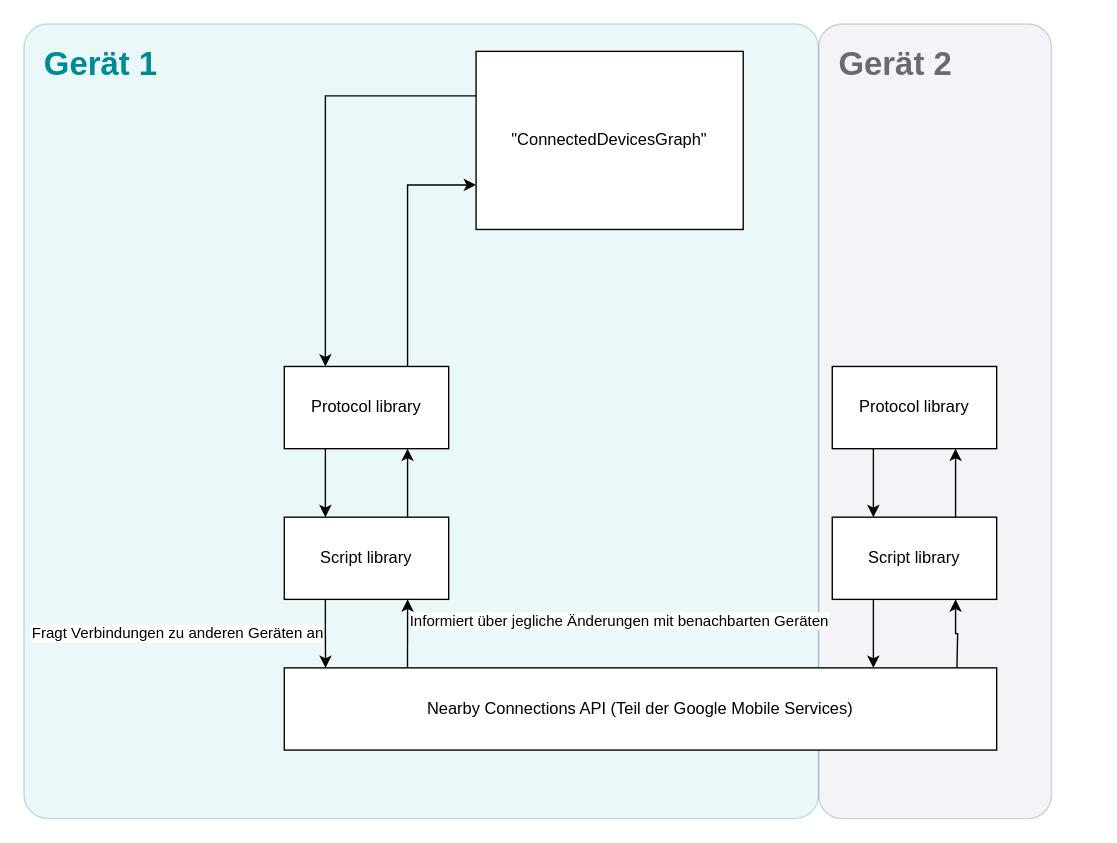
Before: illustrations/network_layers.drawio in Helmer-Developer/nearby_test, a draw.io diagram. Source tidied: cells renumbered, new cells numbered last; positions are measured from the earlier drawing's top-left corner, leaving out a move shared by most shapes. Both pictures are drawn from the tidied source at 137%, with x=0, y=0 at pixel (23, 23).
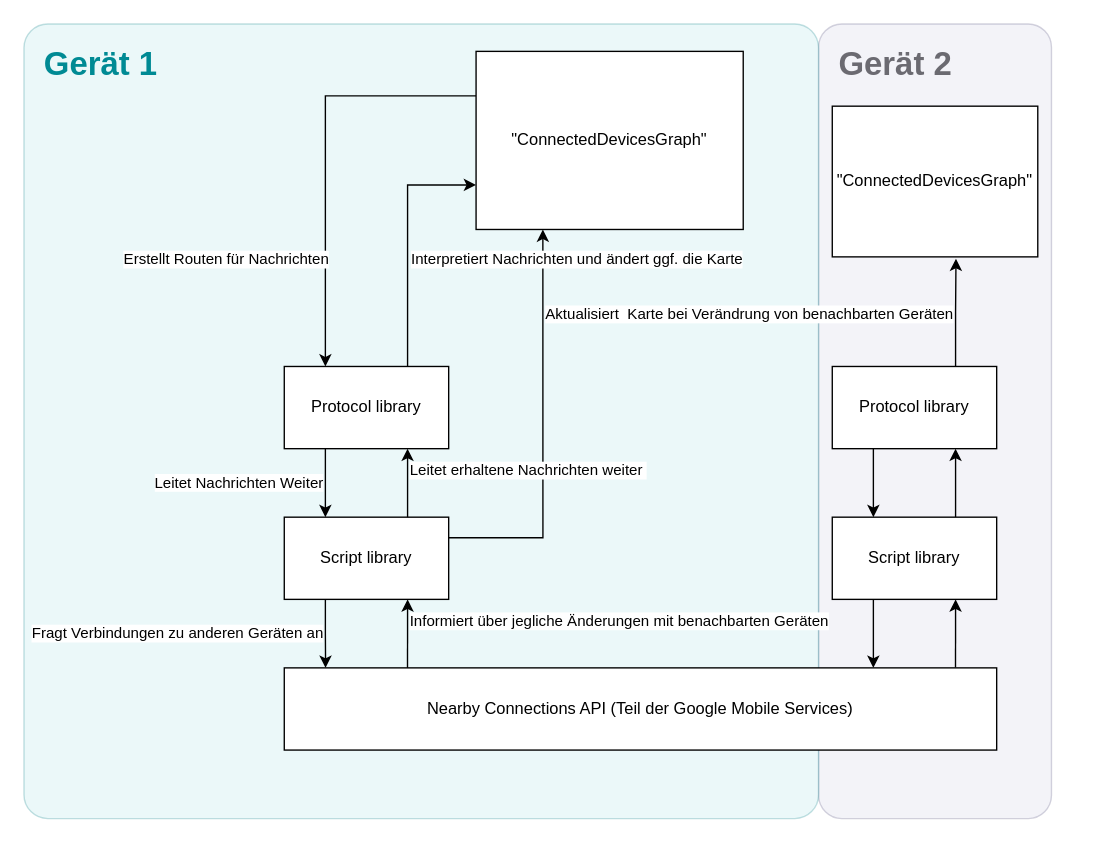
After the change.

Unchanged cells that the change refers to:
```xml
<mxCell id="2" style="rounded=1;whiteSpace=wrap;html=1;fillColor=#d0cee2;opacity=25;strokeColor=#56517e;arcSize=10;" parent="1" vertex="1">
  <mxGeometry x="580" width="170" height="580" as="geometry" />
</mxCell>
<mxCell id="8" value="Script library" style="rounded=0;whiteSpace=wrap;html=1;" parent="1" vertex="1">
  <mxGeometry x="190" y="360" width="120" height="60" as="geometry" />
</mxCell>
<mxCell id="12" value="Script library" style="rounded=0;whiteSpace=wrap;html=1;" parent="1" vertex="1">
  <mxGeometry x="590" y="360" width="120" height="60" as="geometry" />
</mxCell>
<mxCell id="15" value="Protocol library" style="rounded=0;whiteSpace=wrap;html=1;" parent="1" vertex="1">
  <mxGeometry x="190" y="250" width="120" height="60" as="geometry" />
</mxCell>
<mxCell id="17" value="Protocol library" style="rounded=0;whiteSpace=wrap;html=1;" parent="1" vertex="1">
  <mxGeometry x="590" y="250" width="120" height="60" as="geometry" />
</mxCell>
<mxCell id="19" value="&quot;ConnectedDevicesGraph&quot;" style="rounded=0;whiteSpace=wrap;html=1;" parent="1" vertex="1">
  <mxGeometry x="330" y="20" width="195" height="130" as="geometry" />
</mxCell>
```

The edit, as a diff of the source:
```diff
@@
-    <mxCell id="7" style="edgeStyle=orthogonalEdgeStyle;rounded=0;jettySize=auto;html=1;exitX=0.75;exitY=0;exitDx=0;exitDy=0;entryX=0.75;entryY=1;entryDx=0;entryDy=0;" parent="1" edge="1" source="8" target="15">
-      <mxGeometry relative="1" as="geometry" />
-    </mxCell>
@@
-    <mxCell id="10" style="edgeStyle=orthogonalEdgeStyle;rounded=0;jettySize=auto;html=1;exitX=0.75;exitY=1;exitDx=0;exitDy=0;entryX=0.75;entryY=1;entryDx=0;entryDy=0;" parent="1" edge="1" target="12">
-      <mxGeometry relative="1" as="geometry">
-        <mxPoint x="681" y="470" as="sourcePoint" />
-      </mxGeometry>
-    </mxCell>
@@
-    <mxCell id="13" style="edgeStyle=orthogonalEdgeStyle;rounded=0;jettySize=auto;html=1;exitX=0.25;exitY=1;exitDx=0;exitDy=0;entryX=0.25;entryY=0;entryDx=0;entryDy=0;" parent="1" edge="1" source="15" target="8">
+    <mxCell id="13" value="Leitet Nachrichten Weiter" style="edgeStyle=orthogonalEdgeStyle;rounded=0;jettySize=auto;html=1;exitX=0.25;exitY=1;exitDx=0;exitDy=0;entryX=0.25;entryY=0;entryDx=0;entryDy=0;labelPosition=left;verticalLabelPosition=middle;align=right;verticalAlign=middle;" parent="1" edge="1" source="15" target="8">
       <mxGeometry relative="1" as="geometry" />
     </mxCell>
-    <mxCell id="14" style="edgeStyle=orthogonalEdgeStyle;rounded=0;jettySize=auto;html=1;exitX=0.75;exitY=0;exitDx=0;exitDy=0;entryX=0;entryY=0.75;entryDx=0;entryDy=0;" parent="1" edge="1" source="15" target="19">
-      <mxGeometry relative="1" as="geometry" />
-    </mxCell>
@@
+    <mxCell id="22" style="edgeStyle=orthogonalEdgeStyle;rounded=0;jettySize=auto;html=1;exitX=0.75;exitY=0;exitDx=0;exitDy=0;entryX=0.602;entryY=1.012;entryDx=0;entryDy=0;entryPerimeter=0;" parent="1" edge="1" source="17" target="26">
+      <mxGeometry relative="1" as="geometry" />
+    </mxCell>
@@
-    <mxCell id="18" style="edgeStyle=orthogonalEdgeStyle;rounded=0;jettySize=auto;html=1;exitX=0;exitY=0.25;exitDx=0;exitDy=0;entryX=0.25;entryY=0;entryDx=0;entryDy=0;" parent="1" edge="1" source="19" target="15">
+    <mxCell id="18" style="edgeStyle=orthogonalEdgeStyle;rounded=0;jettySize=auto;html=1;exitX=0;exitY=0.25;exitDx=0;exitDy=0;entryX=0.25;entryY=0;entryDx=0;entryDy=0;labelPosition=left;verticalLabelPosition=middle;align=right;verticalAlign=middle;" parent="1" edge="1" source="19" target="15">
       <mxGeometry relative="1" as="geometry" />
     </mxCell>
+    <mxCell id="23" value="Erstellt Routen für Nachrichten" style="edgeLabel;html=1;align=right;verticalAlign=middle;labelPosition=left;verticalLabelPosition=middle;" parent="18" vertex="1">
+      <mxGeometry x="0.49" y="3" relative="1" as="geometry" />
+    </mxCell>
@@
+    <mxCell id="24" value="Aktualisiert&amp;nbsp; Karte bei Verändrung von benachbarten Geräten" style="edgeStyle=orthogonalEdgeStyle;rounded=0;jettySize=auto;html=1;exitX=1;exitY=0.25;exitDx=0;exitDy=0;entryX=0.25;entryY=1;entryDx=0;entryDy=0;labelPosition=right;verticalLabelPosition=top;align=left;verticalAlign=bottom;" parent="1" edge="1" source="8" target="19">
+      <mxGeometry x="0.52" relative="1" as="geometry" />
+    </mxCell>
+    <mxCell id="7" value="Leitet erhaltene Nachrichten weiter&amp;nbsp;" style="edgeStyle=orthogonalEdgeStyle;rounded=0;jettySize=auto;html=1;exitX=0.75;exitY=0;exitDx=0;exitDy=0;entryX=0.75;entryY=1;entryDx=0;entryDy=0;labelPosition=right;verticalLabelPosition=top;align=left;verticalAlign=bottom;" parent="1" edge="1" source="8" target="15">
+      <mxGeometry relative="1" as="geometry" />
+    </mxCell>
+    <mxCell id="14" style="edgeStyle=orthogonalEdgeStyle;rounded=0;jettySize=auto;html=1;exitX=0.75;exitY=0;exitDx=0;exitDy=0;entryX=0;entryY=0.75;entryDx=0;entryDy=0;labelPosition=left;verticalLabelPosition=top;align=right;verticalAlign=bottom;" parent="1" edge="1" source="15" target="19">
+      <mxGeometry relative="1" as="geometry" />
+    </mxCell>
+    <mxCell id="25" value="Interpretiert Nachrichten und ändert ggf. die Karte" style="edgeLabel;html=1;align=left;verticalAlign=bottom;labelPosition=right;verticalLabelPosition=top;" parent="14" vertex="1">
+      <mxGeometry x="-0.46" y="-1" relative="1" as="geometry">
+        <mxPoint y="-21" as="offset" />
+      </mxGeometry>
+    </mxCell>
+    <mxCell id="26" value="&quot;ConnectedDevicesGraph&quot;" style="rounded=0;whiteSpace=wrap;html=1;" parent="1" vertex="1">
+      <mxGeometry x="590" y="60" width="150" height="110" as="geometry" />
+    </mxCell>
+    <mxCell id="27" style="endArrow=classic;html=1;rounded=0;entryX=0.75;entryY=1;entryDx=0;entryDy=0;exitX=0.588;exitY=0.81;exitDx=0;exitDy=0;exitPerimeter=0;" parent="1" edge="1" source="2" target="12">
+      <mxGeometry relative="1" as="geometry" />
+    </mxCell>
```
